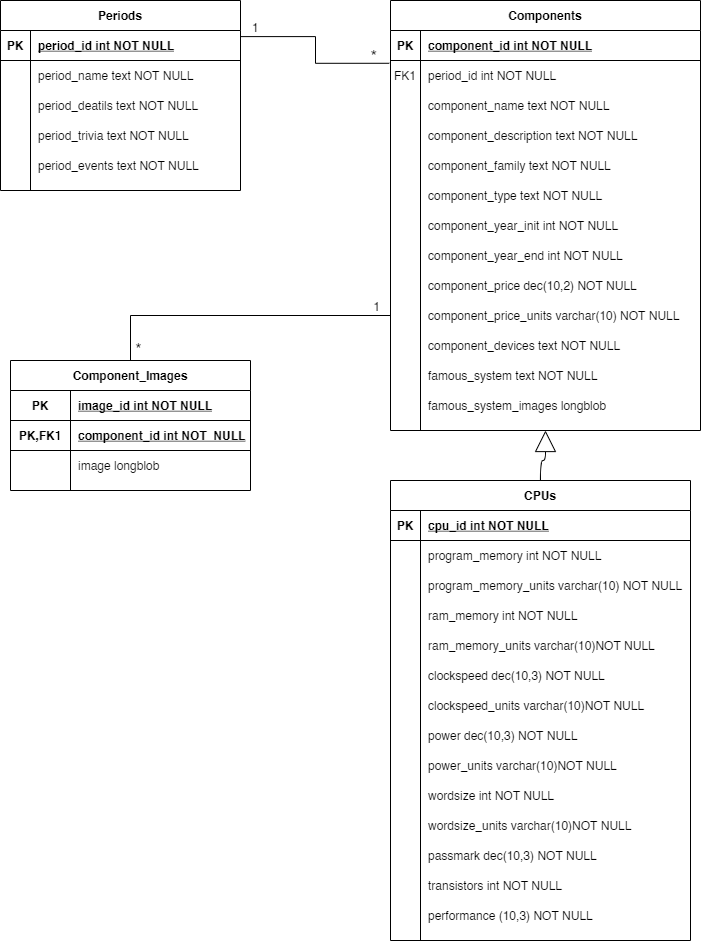
isafdezpe/museo-eii keeps this draw.io diagram as documentacion/figures/diagrama_e-r.png. Above is the earlier version. Source tidied: cells renumbered, new cells last; positions are measured from the earlier drawing's top-left corner, leaving out a move shared by most shapes.
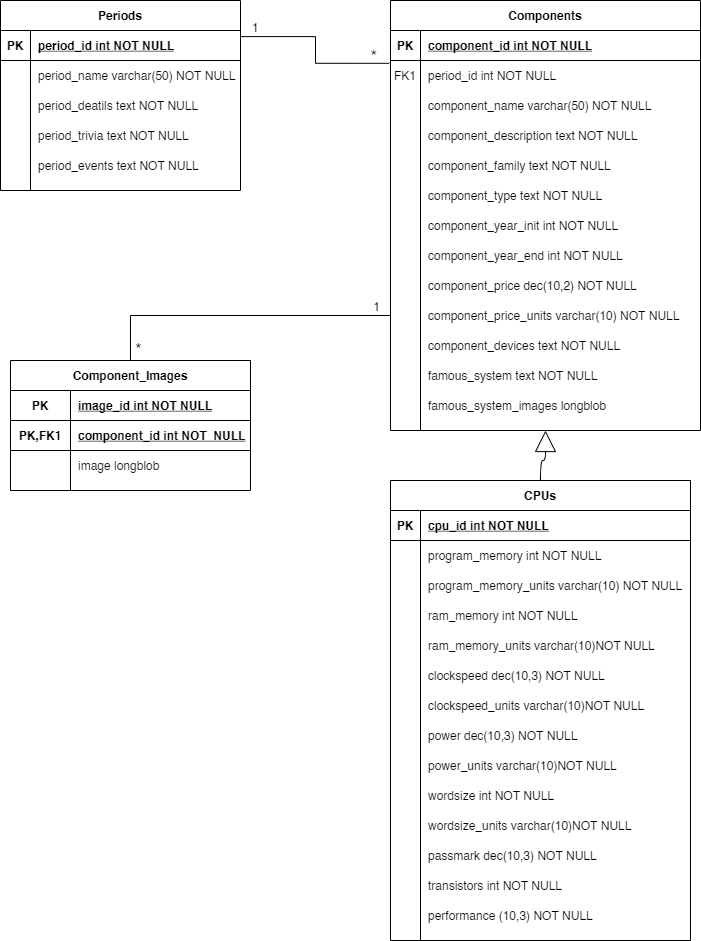
After the change.

Diff of the diagram source:
```diff
@@ -29,7 +29,7 @@
     <mxCell id="10" style="shape=partialRectangle;overflow=hidden;fillColor=none;top=0;left=0;bottom=0;right=0;" parent="9" vertex="1">
       <mxGeometry width="30" height="30" as="geometry" />
     </mxCell>
-    <mxCell id="11" value="component_name text NOT NULL" style="shape=partialRectangle;overflow=hidden;fillColor=none;top=0;left=0;bottom=0;right=0;align=left;spacingLeft=6;" parent="9" vertex="1">
+    <mxCell id="11" value="component_name varchar(50) NOT NULL" style="shape=partialRectangle;overflow=hidden;fillColor=none;top=0;left=0;bottom=0;right=0;align=left;spacingLeft=6;" parent="9" vertex="1">
       <mxGeometry x="30" width="280" height="30" as="geometry" />
     </mxCell>
     <mxCell id="12" style="shape=partialRectangle;fillColor=none;top=0;left=0;right=0;bottom=0;" parent="2" vertex="1">
@@ -272,7 +272,7 @@
     <mxCell id="91" style="shape=partialRectangle;overflow=hidden;fillColor=none;top=0;left=0;bottom=0;right=0;" parent="90" vertex="1">
       <mxGeometry width="30" height="30" as="geometry" />
     </mxCell>
-    <mxCell id="92" value="period_name text NOT NULL" style="shape=partialRectangle;overflow=hidden;fillColor=none;top=0;left=0;bottom=0;right=0;align=left;spacingLeft=6;" parent="90" vertex="1">
+    <mxCell id="92" value="period_name varchar(50) NOT NULL" style="shape=partialRectangle;overflow=hidden;fillColor=none;top=0;left=0;bottom=0;right=0;align=left;spacingLeft=6;" parent="90" vertex="1">
       <mxGeometry x="30" width="210" height="30" as="geometry" />
     </mxCell>
     <mxCell id="93" style="shape=partialRectangle;fillColor=none;top=0;left=0;right=0;bottom=0;" parent="86" vertex="1">
```
